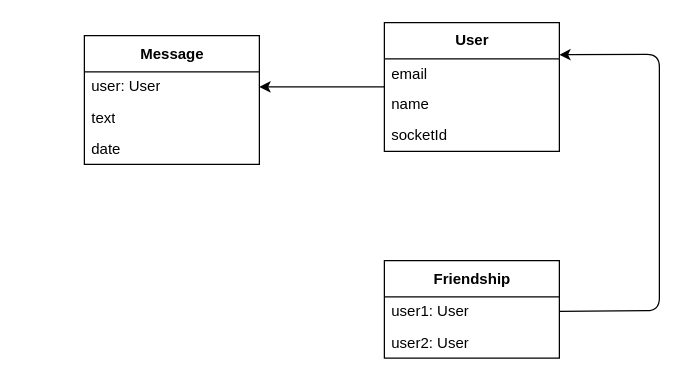
Before: page "Entidades" (2 of 2) of api/docs/entidades.drawio in GustavoGcdo/chat-ca, a draw.io diagram. Source tidied: cells renumbered, new cells numbered last; positions are measured from the earlier drawing's top-left corner, leaving out a move shared by most shapes. Both pictures are drawn from the tidied source at 125%, with x=0, y=0 at pixel (84, 22).
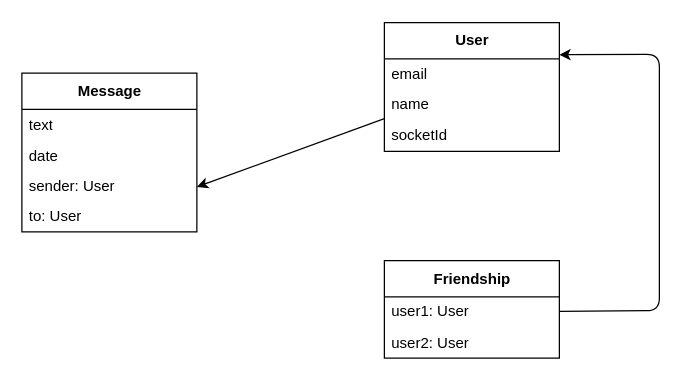
After the change.

Commit message:
docs: initial modeling for private messages

What changed in the source:
```diff
@@
 <mxGraphModel>
   <root>
     <mxCell id="0" />
     <mxCell id="1" parent="0" />
     <mxCell id="2" value="Message" style="swimlane;fontStyle=1;align=center;verticalAlign=middle;horizontal=1;startSize=29;html=1;" parent="1" vertex="1">
-      <mxGeometry y="10" width="140" height="103" as="geometry" />
+      <mxGeometry x="-50" y="40" width="140" height="127" as="geometry" />
     </mxCell>
-    <mxCell id="3" value="user: User" style="text;html=1;strokeColor=none;fillColor=none;align=left;verticalAlign=middle;spacingLeft=4;spacingRight=4;overflow=hidden;points=[[0,0.5],[1,0.5]];portConstraint=eastwest;" parent="2" vertex="1">
-      <mxGeometry y="29" width="140" height="24" as="geometry" />
-    </mxCell>
     <mxCell id="4" value="text" style="text;html=1;strokeColor=none;fillColor=none;align=left;verticalAlign=middle;spacingLeft=4;spacingRight=4;overflow=hidden;" parent="2" vertex="1">
-      <mxGeometry y="53" width="140" height="25" as="geometry" />
+      <mxGeometry y="29" width="140" height="25" as="geometry" />
     </mxCell>
     <mxCell id="5" value="date" style="text;html=1;strokeColor=none;fillColor=none;align=left;verticalAlign=middle;spacingLeft=4;spacingRight=4;overflow=hidden;" parent="2" vertex="1">
-      <mxGeometry y="78" width="140" height="25" as="geometry" />
+      <mxGeometry y="54" width="140" height="25" as="geometry" />
     </mxCell>
+    <mxCell id="3" value="sender: User" style="text;html=1;strokeColor=none;fillColor=none;align=left;verticalAlign=middle;spacingLeft=4;spacingRight=4;overflow=hidden;points=[[0,0.5],[1,0.5]];portConstraint=eastwest;" parent="2" vertex="1">
+      <mxGeometry y="79" width="140" height="24" as="geometry" />
+    </mxCell>
+    <mxCell id="15" value="to: User" style="text;html=1;strokeColor=none;fillColor=none;align=left;verticalAlign=middle;spacingLeft=4;spacingRight=4;overflow=hidden;" parent="2" vertex="1">
+      <mxGeometry y="103" width="140" height="24" as="geometry" />
+    </mxCell>
     <mxCell id="6" style="edgeStyle=none;html=1;entryX=1;entryY=0.5;entryDx=0;entryDy=0;" parent="1" edge="1" source="7" target="3">
       <mxGeometry relative="1" as="geometry" />
     </mxCell>
     <mxCell id="7" value="User" style="swimlane;fontStyle=1;align=center;verticalAlign=middle;horizontal=1;startSize=29;html=1;" parent="1" vertex="1">
       <mxGeometry x="240" y="-0.5" width="140" height="103" as="geometry" />
     </mxCell>
     <mxCell id="8" value="email" style="text;html=1;strokeColor=none;fillColor=none;align=left;verticalAlign=middle;spacingLeft=4;spacingRight=4;overflow=hidden;" parent="7" vertex="1">
       <mxGeometry y="29" width="140" height="24" as="geometry" />
     </mxCell>
     <mxCell id="9" value="name" style="text;html=1;strokeColor=none;fillColor=none;align=left;verticalAlign=middle;spacingLeft=4;spacingRight=4;overflow=hidden;" parent="7" vertex="1">
       <mxGeometry y="53" width="140" height="25" as="geometry" />
     </mxCell>
     <mxCell id="10" value="socketId" style="text;html=1;strokeColor=none;fillColor=none;align=left;verticalAlign=middle;spacingLeft=4;spacingRight=4;overflow=hidden;" parent="7" vertex="1">
       <mxGeometry y="78" width="140" height="25" as="geometry" />
     </mxCell>
     <mxCell id="11" value="Friendship" style="swimlane;fontStyle=1;align=center;verticalAlign=middle;horizontal=1;startSize=29;html=1;" parent="1" vertex="1">
       <mxGeometry x="240" y="190" width="140" height="78" as="geometry" />
     </mxCell>
     <mxCell id="12" value="user1: User" style="text;html=1;strokeColor=none;fillColor=none;align=left;verticalAlign=middle;spacingLeft=4;spacingRight=4;overflow=hidden;points=[[0,0.5],[1,0.5]];portConstraint=eastwest;" parent="11" vertex="1">
       <mxGeometry y="29" width="140" height="24" as="geometry" />
     </mxCell>
     <mxCell id="13" value="user2: User" style="text;html=1;strokeColor=none;fillColor=none;align=left;verticalAlign=middle;spacingLeft=4;spacingRight=4;overflow=hidden;" parent="11" vertex="1">
       <mxGeometry y="53" width="140" height="25" as="geometry" />
     </mxCell>
     <mxCell id="14" style="edgeStyle=none;html=1;entryX=1;entryY=0.25;entryDx=0;entryDy=0;" parent="1" edge="1" source="12" target="7">
       <mxGeometry relative="1" as="geometry">
         <Array as="points">
           <mxPoint x="460" y="230" />
           <mxPoint x="460" y="25" />
         </Array>
       </mxGeometry>
     </mxCell>
   </root>
 </mxGraphModel>
```
